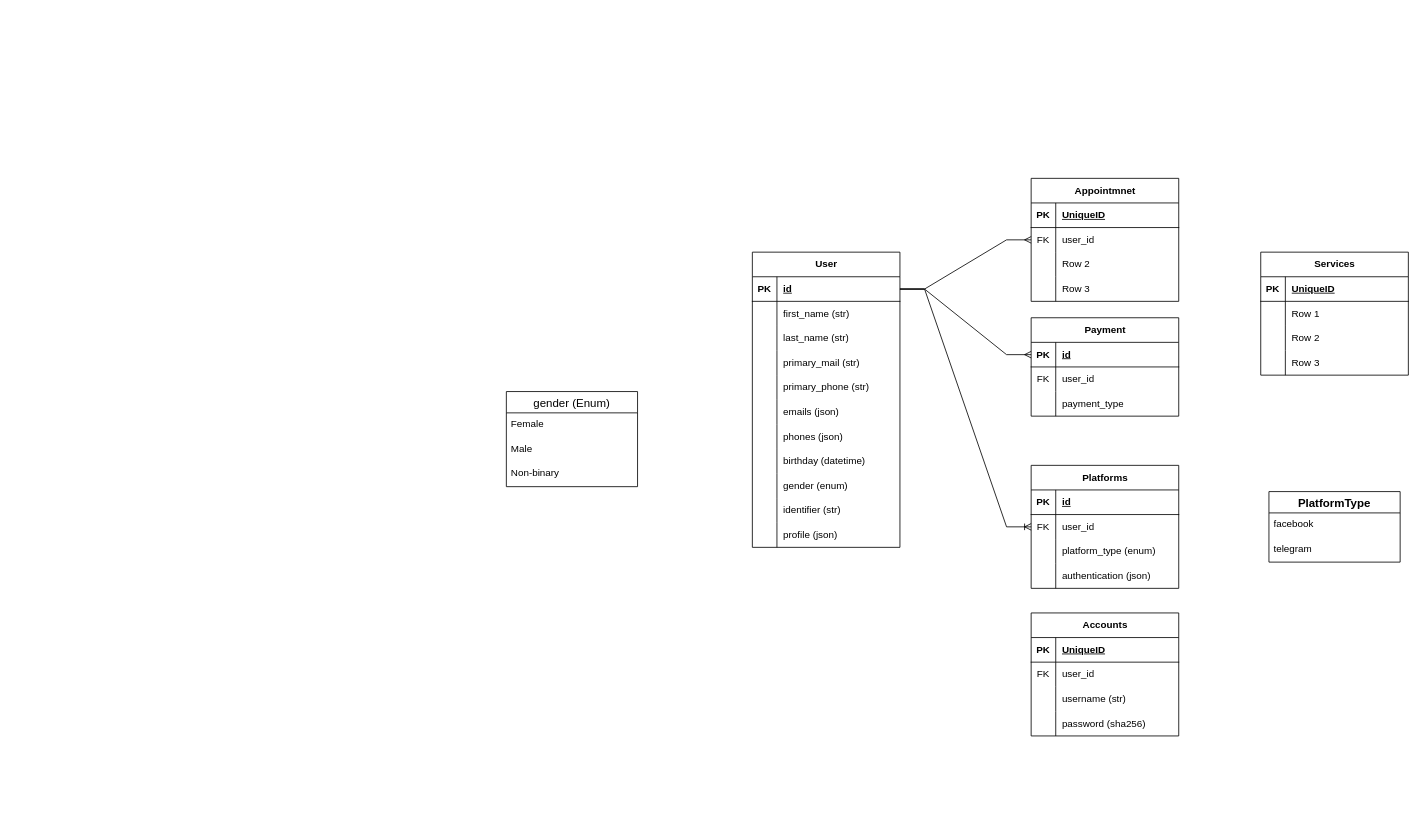
Above: page "Database" (2 of 2) of aws-crm-chatbot.drawio in NeuroVortex/expert-booking-marketplace (draw.io), before the change. Source tidied: cells renumbered, new cells numbered last; positions are measured from the earlier drawing's top-left corner, leaving out a move shared by most shapes. Both pictures are drawn from the tidied source at 82%, with x=0, y=0 at pixel (506, 178).
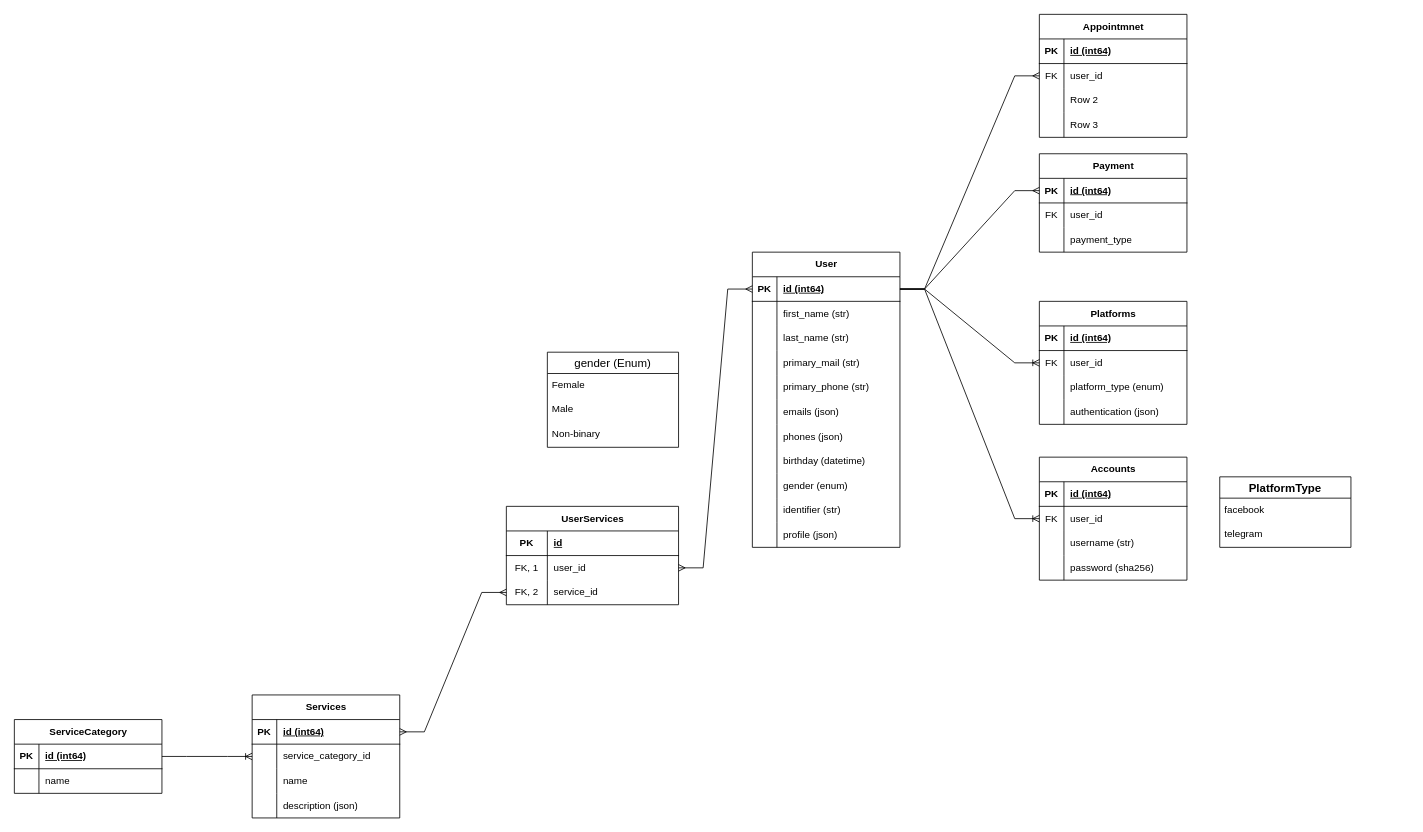
The same diagram, later.

The change refers to these unchanged cells:
```xml
<mxCell id="3" style="shape=tableRow;horizontal=0;startSize=0;swimlaneHead=0;swimlaneBody=0;fillColor=none;points=[[0,0.5],[1,0.5]];portConstraint=eastwest;top=0;left=0;right=0;bottom=1;" parent="2" vertex="1">
  <mxGeometry y="30" width="180" height="30" as="geometry" />
</mxCell>
<mxCell id="37" style="shape=tableRow;horizontal=0;startSize=0;swimlaneHead=0;swimlaneBody=0;fillColor=none;top=0;left=0;right=0;bottom=1;" parent="36" vertex="1">
  <mxGeometry y="30" width="180" height="30" as="geometry" />
</mxCell>
<mxCell id="50" style="shape=tableRow;horizontal=0;startSize=0;swimlaneHead=0;swimlaneBody=0;fillColor=none;top=0;left=0;right=0;bottom=1;" parent="49" vertex="1">
  <mxGeometry y="30" width="180" height="30" as="geometry" />
</mxCell>
<mxCell id="63" style="shape=tableRow;horizontal=0;startSize=0;swimlaneHead=0;swimlaneBody=0;fillColor=none;points=[[0,0.5],[1,0.5]];portConstraint=eastwest;top=0;left=0;right=0;bottom=1;" parent="62" vertex="1">
  <mxGeometry y="30" width="180" height="30" as="geometry" />
</mxCell>
<mxCell id="66" style="shape=tableRow;horizontal=0;startSize=0;swimlaneHead=0;swimlaneBody=0;fillColor=none;points=[[0,0.5],[1,0.5]];portConstraint=eastwest;top=0;left=0;right=0;bottom=0;" parent="62" vertex="1">
  <mxGeometry y="60" width="180" height="30" as="geometry" />
</mxCell>
<mxCell id="69" style="shape=tableRow;horizontal=0;startSize=0;swimlaneHead=0;swimlaneBody=0;fillColor=none;top=0;left=0;right=0;bottom=0;" parent="62" vertex="1">
  <mxGeometry y="90" width="180" height="30" as="geometry" />
</mxCell>
<mxCell id="72" style="shape=tableRow;horizontal=0;startSize=0;swimlaneHead=0;swimlaneBody=0;fillColor=none;top=0;left=0;right=0;bottom=0;" parent="62" vertex="1">
  <mxGeometry y="120" width="180" height="30" as="geometry" />
</mxCell>
<mxCell id="77" style="shape=tableRow;horizontal=0;startSize=0;swimlaneHead=0;swimlaneBody=0;fillColor=none;points=[[0,0.5],[1,0.5]];portConstraint=eastwest;top=0;left=0;right=0;bottom=1;" parent="76" vertex="1">
  <mxGeometry y="30" width="180" height="30" as="geometry" />
</mxCell>
<mxCell id="87" style="shape=tableRow;horizontal=0;startSize=0;swimlaneHead=0;swimlaneBody=0;fillColor=none;top=0;left=0;right=0;bottom=1;" parent="86" vertex="1">
  <mxGeometry y="30" width="180" height="30" as="geometry" />
</mxCell>
<mxCell id="90" style="shape=tableRow;horizontal=0;startSize=0;swimlaneHead=0;swimlaneBody=0;fillColor=none;points=[[0,0.5],[1,0.5]];portConstraint=eastwest;top=0;left=0;right=0;bottom=0;" parent="86" vertex="1">
  <mxGeometry y="60" width="180" height="30" as="geometry" />
</mxCell>
```

What changed in the source:
```diff
@@
-    <mxCell id="5" value="id" style="shape=partialRectangle;fillColor=none;top=0;left=0;bottom=0;right=0;align=left;spacingLeft=6;fontStyle=5;overflow=hidden;whiteSpace=wrap;html=1;" parent="3" vertex="1">
+    <mxCell id="5" value="id (int64)" style="shape=partialRectangle;fillColor=none;top=0;left=0;bottom=0;right=0;align=left;spacingLeft=6;fontStyle=5;overflow=hidden;whiteSpace=wrap;html=1;" parent="3" vertex="1">
       <mxGeometry x="30" width="150" height="30" as="geometry" />
     </mxCell>
@@
     <mxCell id="36" value="Appointmnet" style="shape=table;startSize=30;childLayout=tableLayout;rowLines=0;fontStyle=1;align=center;html=1;" parent="1" vertex="1">
-      <mxGeometry x="640" width="180" height="150" as="geometry" />
+      <mxGeometry x="650" y="-200" width="180" height="150" as="geometry" />
     </mxCell>
@@
-    <mxCell id="39" value="UniqueID" style="shape=partialRectangle;fillColor=none;top=0;left=0;bottom=0;right=0;align=left;spacingLeft=6;fontStyle=5;overflow=hidden;whiteSpace=wrap;html=1;" parent="37" vertex="1">
+    <mxCell id="39" value="id (int64)" style="shape=partialRectangle;fillColor=none;top=0;left=0;bottom=0;right=0;align=left;spacingLeft=6;fontStyle=5;overflow=hidden;whiteSpace=wrap;html=1;" parent="37" vertex="1">
       <mxGeometry x="30" width="150" height="30" as="geometry" />
     </mxCell>
@@
     <mxCell id="49" value="Platforms" style="shape=table;startSize=30;childLayout=tableLayout;rowLines=0;fontStyle=1;align=center;html=1;" parent="1" vertex="1">
-      <mxGeometry x="640" y="350" width="180" height="150" as="geometry" />
+      <mxGeometry x="650" y="150" width="180" height="150" as="geometry" />
     </mxCell>
@@
-    <mxCell id="52" value="id" style="shape=partialRectangle;fillColor=none;top=0;left=0;bottom=0;right=0;align=left;spacingLeft=6;fontStyle=5;overflow=hidden;whiteSpace=wrap;html=1;" parent="50" vertex="1">
+    <mxCell id="52" value="id (int64)" style="shape=partialRectangle;fillColor=none;top=0;left=0;bottom=0;right=0;align=left;spacingLeft=6;fontStyle=5;overflow=hidden;whiteSpace=wrap;html=1;" parent="50" vertex="1">
       <mxGeometry x="30" width="150" height="30" as="geometry" />
     </mxCell>
@@
     <mxCell id="62" value="Services" style="shape=table;startSize=30;childLayout=tableLayout;rowLines=0;fontStyle=1;align=center;html=1;" parent="1" vertex="1">
-      <mxGeometry x="920" y="90" width="180" height="150" as="geometry" />
+      <mxGeometry x="-310" y="630" width="180" height="150" as="geometry" />
     </mxCell>
@@
-    <mxCell id="65" value="UniqueID" style="shape=partialRectangle;fillColor=none;top=0;left=0;bottom=0;right=0;align=left;spacingLeft=6;fontStyle=5;overflow=hidden;whiteSpace=wrap;html=1;" parent="63" vertex="1">
+    <mxCell id="65" value="id (int64)" style="shape=partialRectangle;fillColor=none;top=0;left=0;bottom=0;right=0;align=left;spacingLeft=6;fontStyle=5;overflow=hidden;whiteSpace=wrap;html=1;" parent="63" vertex="1">
       <mxGeometry x="30" width="150" height="30" as="geometry" />
     </mxCell>
@@
-    <mxCell id="68" value="Row 1" style="shape=partialRectangle;fillColor=none;top=0;left=0;bottom=0;right=0;align=left;spacingLeft=6;overflow=hidden;whiteSpace=wrap;html=1;" parent="66" vertex="1">
+    <mxCell id="68" value="service_category_id" style="shape=partialRectangle;fillColor=none;top=0;left=0;bottom=0;right=0;align=left;spacingLeft=6;overflow=hidden;whiteSpace=wrap;html=1;" parent="66" vertex="1">
       <mxGeometry x="30" width="150" height="30" as="geometry" />
     </mxCell>
@@
-    <mxCell id="71" value="Row 2" style="shape=partialRectangle;fillColor=none;top=0;left=0;bottom=0;right=0;align=left;spacingLeft=6;overflow=hidden;whiteSpace=wrap;html=1;" parent="69" vertex="1">
+    <mxCell id="71" value="name" style="shape=partialRectangle;fillColor=none;top=0;left=0;bottom=0;right=0;align=left;spacingLeft=6;overflow=hidden;whiteSpace=wrap;html=1;" parent="69" vertex="1">
       <mxGeometry x="30" width="150" height="30" as="geometry" />
     </mxCell>
@@
-    <mxCell id="74" value="Row 3" style="shape=partialRectangle;fillColor=none;top=0;left=0;bottom=0;right=0;align=left;spacingLeft=6;overflow=hidden;whiteSpace=wrap;html=1;" parent="72" vertex="1">
+    <mxCell id="74" value="description (json)" style="shape=partialRectangle;fillColor=none;top=0;left=0;bottom=0;right=0;align=left;spacingLeft=6;overflow=hidden;whiteSpace=wrap;html=1;" parent="72" vertex="1">
       <mxGeometry x="30" width="150" height="30" as="geometry" />
     </mxCell>
@@
     <mxCell id="76" value="Payment" style="shape=table;startSize=30;childLayout=tableLayout;rowLines=0;fontStyle=1;align=center;html=1;" parent="1" vertex="1">
-      <mxGeometry x="640" y="170" width="180" height="120" as="geometry" />
+      <mxGeometry x="650" y="-30" width="180" height="120" as="geometry" />
     </mxCell>
@@
-    <mxCell id="79" value="id" style="shape=partialRectangle;fillColor=none;top=0;left=0;bottom=0;right=0;align=left;spacingLeft=6;fontStyle=5;overflow=hidden;whiteSpace=wrap;html=1;" parent="77" vertex="1">
+    <mxCell id="79" value="id (int64)" style="shape=partialRectangle;fillColor=none;top=0;left=0;bottom=0;right=0;align=left;spacingLeft=6;fontStyle=5;overflow=hidden;whiteSpace=wrap;html=1;" parent="77" vertex="1">
       <mxGeometry x="30" width="150" height="30" as="geometry" />
     </mxCell>
@@
     <mxCell id="86" value="Accounts" style="shape=table;startSize=30;childLayout=tableLayout;rowLines=0;fontStyle=1;align=center;html=1;" parent="1" vertex="1">
-      <mxGeometry x="640" y="530" width="180" height="150" as="geometry" />
+      <mxGeometry x="650" y="340" width="180" height="150" as="geometry" />
     </mxCell>
@@
-    <mxCell id="89" value="UniqueID" style="shape=partialRectangle;fillColor=none;top=0;left=0;bottom=0;right=0;align=left;spacingLeft=6;fontStyle=5;overflow=hidden;whiteSpace=wrap;html=1;" parent="87" vertex="1">
+    <mxCell id="89" value="id (int64)" style="shape=partialRectangle;fillColor=none;top=0;left=0;bottom=0;right=0;align=left;spacingLeft=6;fontStyle=5;overflow=hidden;whiteSpace=wrap;html=1;" parent="87" vertex="1">
       <mxGeometry x="30" width="150" height="30" as="geometry" />
     </mxCell>
@@
     <mxCell id="99" value="gender (Enum)" style="swimlane;fontStyle=0;horizontal=1;startSize=26;align=center;fontSize=14;" parent="1" vertex="1">
-      <mxGeometry y="260" width="160" height="116" as="geometry" />
+      <mxGeometry x="50" y="212" width="160" height="116" as="geometry" />
     </mxCell>
@@
     <mxCell id="104" value="PlatformType" style="swimlane;fontStyle=1;horizontal=1;startSize=26;align=center;fontSize=14;" parent="1" vertex="1">
-      <mxGeometry x="930" y="382" width="160" height="86" as="geometry" />
+      <mxGeometry x="870" y="364" width="160" height="86" as="geometry" />
     </mxCell>
@@
+    <mxCell id="108" value="ServiceCategory" style="shape=table;startSize=30;childLayout=tableLayout;rowLines=0;fontStyle=1;align=center;html=1;" parent="1" vertex="1">
+      <mxGeometry x="-600" y="660" width="180" height="90" as="geometry" />
+    </mxCell>
+    <mxCell id="109" style="shape=tableRow;horizontal=0;startSize=0;swimlaneHead=0;swimlaneBody=0;fillColor=none;points=[[0,0.5],[1,0.5]];portConstraint=eastwest;top=0;left=0;right=0;bottom=1;" parent="108" vertex="1">
+      <mxGeometry y="30" width="180" height="30" as="geometry" />
+    </mxCell>
+    <mxCell id="110" value="PK" style="shape=partialRectangle;fillColor=none;top=0;left=0;bottom=0;right=0;fontStyle=1;overflow=hidden;whiteSpace=wrap;html=1;" parent="109" vertex="1">
+      <mxGeometry width="30" height="30" as="geometry" />
+    </mxCell>
+    <mxCell id="111" value="id (int64)" style="shape=partialRectangle;fillColor=none;top=0;left=0;bottom=0;right=0;align=left;spacingLeft=6;fontStyle=5;overflow=hidden;whiteSpace=wrap;html=1;" parent="109" vertex="1">
+      <mxGeometry x="30" width="150" height="30" as="geometry" />
+    </mxCell>
+    <mxCell id="112" style="shape=tableRow;horizontal=0;startSize=0;swimlaneHead=0;swimlaneBody=0;fillColor=none;top=0;left=0;right=0;bottom=0;" parent="108" vertex="1">
+      <mxGeometry y="60" width="180" height="30" as="geometry" />
+    </mxCell>
+    <mxCell id="113" style="shape=partialRectangle;fillColor=none;top=0;left=0;bottom=0;right=0;overflow=hidden;whiteSpace=wrap;html=1;" parent="112" vertex="1">
+      <mxGeometry width="30" height="30" as="geometry" />
+    </mxCell>
+    <mxCell id="114" value="name" style="shape=partialRectangle;fillColor=none;top=0;left=0;bottom=0;right=0;align=left;spacingLeft=6;overflow=hidden;whiteSpace=wrap;html=1;" parent="112" vertex="1">
+      <mxGeometry x="30" width="150" height="30" as="geometry" />
+    </mxCell>
+    <mxCell id="115" style="edgeStyle=entityRelationEdgeStyle;fontSize=12;html=1;endArrow=ERoneToMany;rounded=0;exitX=1;exitY=0.5;exitDx=0;exitDy=0;entryX=0;entryY=0.5;entryDx=0;entryDy=0;" parent="1" edge="1" source="109" target="66">
+      <mxGeometry relative="1" as="geometry" />
+    </mxCell>
+    <mxCell id="116" value="UserServices" style="shape=table;startSize=30;childLayout=tableLayout;rowLines=0;fontStyle=1;align=center;html=1;" parent="1" vertex="1">
+      <mxGeometry y="400" width="210" height="120" as="geometry" />
+    </mxCell>
+    <mxCell id="117" style="shape=tableRow;horizontal=0;startSize=0;swimlaneHead=0;swimlaneBody=0;fillColor=none;top=0;left=0;right=0;bottom=1;" parent="116" vertex="1">
+      <mxGeometry y="30" width="210" height="30" as="geometry" />
+    </mxCell>
+    <mxCell id="118" value="PK" style="shape=partialRectangle;fillColor=none;top=0;left=0;bottom=0;right=0;fontStyle=1;overflow=hidden;whiteSpace=wrap;html=1;" parent="117" vertex="1">
+      <mxGeometry width="50" height="30" as="geometry" />
+    </mxCell>
+    <mxCell id="119" value="id" style="shape=partialRectangle;fillColor=none;top=0;left=0;bottom=0;right=0;align=left;spacingLeft=6;fontStyle=5;overflow=hidden;whiteSpace=wrap;html=1;" parent="117" vertex="1">
+      <mxGeometry x="50" width="160" height="30" as="geometry" />
+    </mxCell>
+    <mxCell id="120" style="shape=tableRow;horizontal=0;startSize=0;swimlaneHead=0;swimlaneBody=0;fillColor=none;points=[[0,0.5],[1,0.5]];portConstraint=eastwest;top=0;left=0;right=0;bottom=0;" parent="116" vertex="1">
+      <mxGeometry y="60" width="210" height="30" as="geometry" />
+    </mxCell>
+    <mxCell id="121" value="FK, 1" style="shape=partialRectangle;fillColor=none;top=0;left=0;bottom=0;right=0;overflow=hidden;whiteSpace=wrap;html=1;" parent="120" vertex="1">
+      <mxGeometry width="50" height="30" as="geometry" />
+    </mxCell>
+    <mxCell id="122" value="user_id" style="shape=partialRectangle;fillColor=none;top=0;left=0;bottom=0;right=0;align=left;spacingLeft=6;overflow=hidden;whiteSpace=wrap;html=1;" parent="120" vertex="1">
+      <mxGeometry x="50" width="160" height="30" as="geometry" />
+    </mxCell>
+    <mxCell id="123" style="shape=tableRow;horizontal=0;startSize=0;swimlaneHead=0;swimlaneBody=0;fillColor=none;points=[[0,0.5],[1,0.5]];portConstraint=eastwest;top=0;left=0;right=0;bottom=0;" parent="116" vertex="1">
+      <mxGeometry y="90" width="210" height="30" as="geometry" />
+    </mxCell>
+    <mxCell id="124" value="FK, 2" style="shape=partialRectangle;fillColor=none;top=0;left=0;bottom=0;right=0;overflow=hidden;whiteSpace=wrap;html=1;" parent="123" vertex="1">
+      <mxGeometry width="50" height="30" as="geometry" />
+    </mxCell>
+    <mxCell id="125" value="service_id" style="shape=partialRectangle;fillColor=none;top=0;left=0;bottom=0;right=0;align=left;spacingLeft=6;overflow=hidden;whiteSpace=wrap;html=1;" parent="123" vertex="1">
+      <mxGeometry x="50" width="160" height="30" as="geometry" />
+    </mxCell>
+    <mxCell id="126" style="edgeStyle=entityRelationEdgeStyle;fontSize=12;html=1;endArrow=ERmany;startArrow=ERmany;rounded=0;entryX=0;entryY=0.5;entryDx=0;entryDy=0;exitX=1;exitY=0.5;exitDx=0;exitDy=0;" parent="1" edge="1" source="120" target="3">
+      <mxGeometry relative="1" as="geometry" />
+    </mxCell>
+    <mxCell id="127" style="edgeStyle=entityRelationEdgeStyle;fontSize=12;html=1;endArrow=ERmany;startArrow=ERmany;rounded=0;exitX=1;exitY=0.5;exitDx=0;exitDy=0;entryX=0;entryY=0.5;entryDx=0;entryDy=0;" parent="1" edge="1" source="63" target="123">
+      <mxGeometry relative="1" as="geometry" />
+    </mxCell>
+    <mxCell id="128" style="edgeStyle=entityRelationEdgeStyle;fontSize=12;html=1;endArrow=ERoneToMany;rounded=0;entryX=0;entryY=0.5;entryDx=0;entryDy=0;exitX=1;exitY=0.5;exitDx=0;exitDy=0;" parent="1" edge="1" source="3" target="90">
+      <mxGeometry relative="1" as="geometry">
+        <Array as="points">
+          <mxPoint x="520" y="240" />
+          <mxPoint x="530" y="350" />
+        </Array>
+      </mxGeometry>
+    </mxCell>
```
